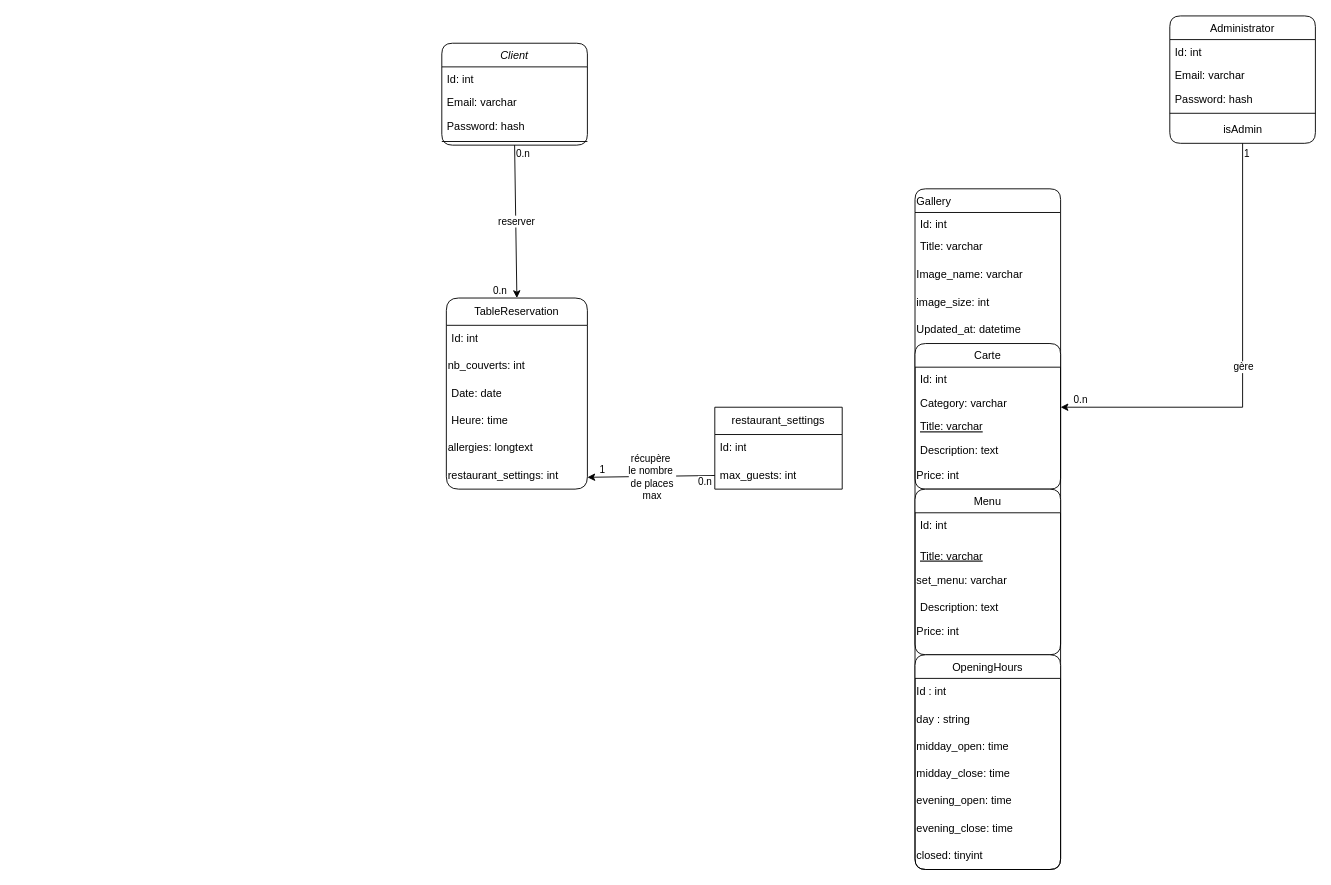
Before: Diagramme sans nom.drawio in kenchan64/ECF_final, a draw.io diagram. Source tidied: cells renumbered, new cells numbered last; positions are measured from the earlier drawing's top-left corner, leaving out a move shared by most shapes. Both pictures are drawn from the tidied source at 91%, with x=0, y=0 at pixel (441, 15).
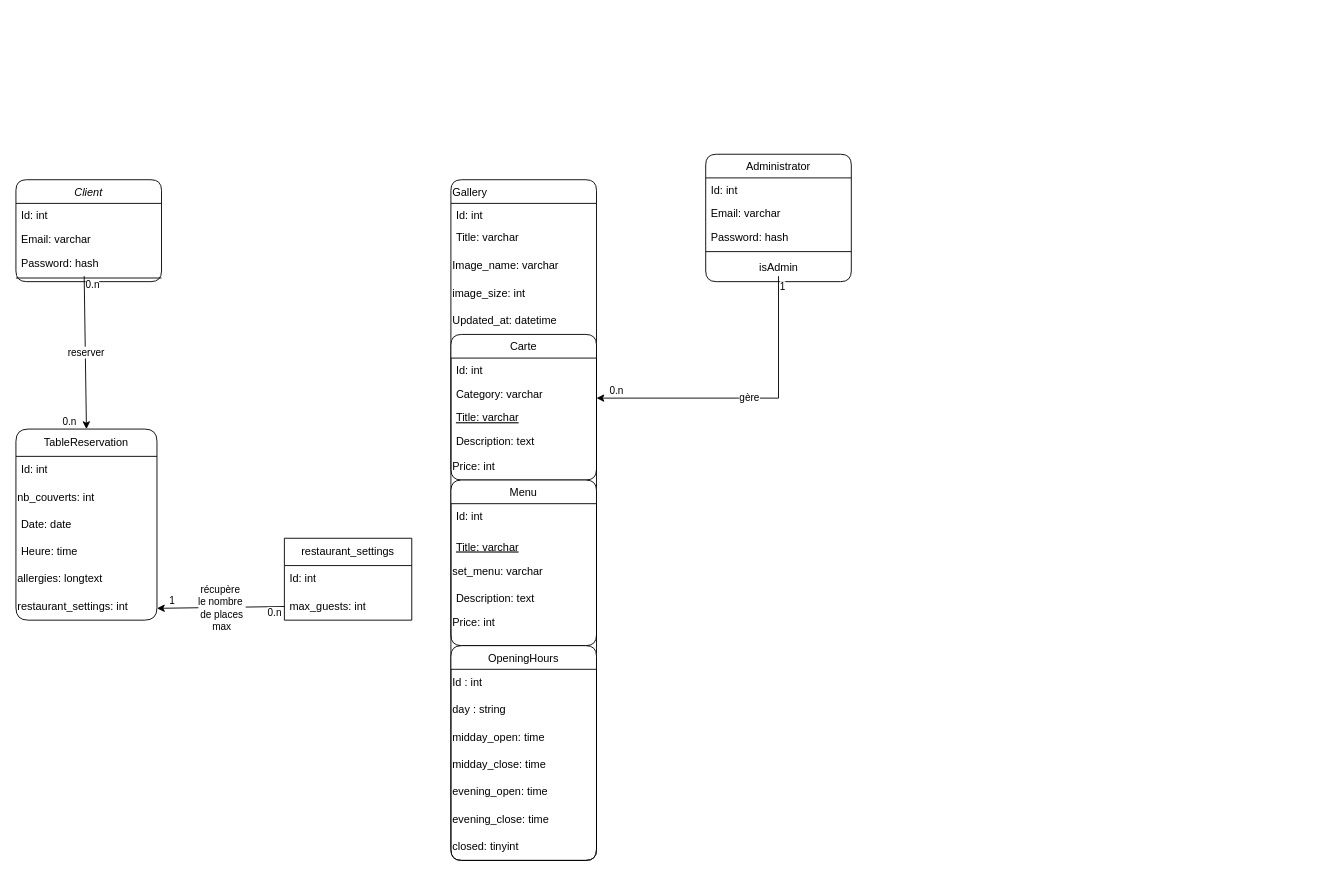
The same page after the edit.

Commit message:
Mettre à jour Diagramme sans nom.drawio

Unchanged cells that the change refers to:
```xml
<mxCell id="22" value="Category: varchar" style="text;align=left;verticalAlign=top;spacingLeft=4;spacingRight=4;overflow=hidden;points=[[0,0.5],[1,0.5]];portConstraint=eastwest;rounded=1;shadow=0;html=0;" parent="20" vertex="1">
  <mxGeometry y="52" width="160" height="26" as="geometry" />
</mxCell>
<mxCell id="45" value="isAdmin" style="text;html=1;align=center;verticalAlign=middle;points=[];strokeColor=none;fillColor=none;" parent="40" vertex="1">
  <mxGeometry y="110" width="160" height="30" as="geometry" />
</mxCell>
```

What changed in the source:
```diff
@@
     <mxCell id="2" value="TableReservation" style="swimlane;fontStyle=0;horizontal=1;startSize=30;whiteSpace=wrap;html=1;gradientColor=none;rounded=1;" parent="1" vertex="1">
-      <mxGeometry x="5" y="310" width="155" height="210" as="geometry" />
+      <mxGeometry x="-468" y="454" width="155" height="210" as="geometry" />
     </mxCell>
@@
     <mxCell id="9" value="Client" style="swimlane;fontStyle=2;align=center;verticalAlign=top;horizontal=1;startSize=26;rounded=1;shadow=0;strokeWidth=1;" parent="1" vertex="1">
-      <mxGeometry y="30" width="160" height="112" as="geometry" />
+      <mxGeometry x="-468" y="180" width="160" height="112" as="geometry" />
     </mxCell>
@@
     <mxCell id="14" value="Gallery" style="swimlane;fontStyle=0;align=left;verticalAlign=top;horizontal=1;startSize=26;rounded=1;shadow=0;strokeWidth=1;" parent="1" vertex="1">
-      <mxGeometry x="520" y="190" width="160" height="748" as="geometry" />
+      <mxGeometry x="10" y="180" width="160" height="748" as="geometry" />
     </mxCell>
@@
     <mxCell id="40" value="Administrator" style="swimlane;fontStyle=0;align=center;verticalAlign=top;horizontal=1;startSize=26;rounded=1;shadow=0;strokeWidth=1;" parent="1" vertex="1">
-      <mxGeometry x="800" width="160" height="140" as="geometry" />
+      <mxGeometry x="290" y="152" width="160" height="140" as="geometry" />
     </mxCell>
@@
-    <mxCell id="46" style="endArrow=classic;html=1;rounded=0;exitX=0.5;exitY=1;exitDx=0;exitDy=0;exitPerimeter=0;entryX=1;entryY=0.692;entryDx=0;entryDy=0;entryPerimeter=0;" parent="1" edge="1" source="45" target="22">
+    <mxCell id="46" style="endArrow=classic;html=1;rounded=0;exitX=0.5;exitY=1;exitDx=0;exitDy=0;exitPerimeter=0;entryX=1;entryY=0.692;entryDx=0;entryDy=0;entryPerimeter=0;" parent="1" edge="1" target="22">
       <mxGeometry relative="1" as="geometry">
+        <mxPoint x="370" y="286" as="sourcePoint" />
         <Array as="points">
-          <mxPoint x="880" y="430" />
+          <mxPoint x="370" y="420" />
         </Array>
       </mxGeometry>
     </mxCell>
@@
-    <mxCell id="50" style="endArrow=classic;html=1;rounded=0;exitX=0.5;exitY=1;exitDx=0;exitDy=0;entryX=0.5;entryY=0;entryDx=0;entryDy=0;" parent="1" edge="1" source="9" target="2">
-      <mxGeometry relative="1" as="geometry" />
+    <mxCell id="50" style="endArrow=classic;html=1;rounded=0;exitX=0.5;exitY=1;exitDx=0;exitDy=0;entryX=0.5;entryY=0;entryDx=0;entryDy=0;" parent="1" edge="1" target="2">
+      <mxGeometry relative="1" as="geometry">
+        <mxPoint x="-393" y="286" as="sourcePoint" />
+      </mxGeometry>
     </mxCell>
@@
     <mxCell id="54" value="restaurant_settings" style="swimlane;fontStyle=0;horizontal=1;startSize=30;whiteSpace=wrap;html=1;" parent="1" vertex="1">
-      <mxGeometry x="300" y="430" width="140" height="90" as="geometry" />
+      <mxGeometry x="-173" y="574" width="140" height="90" as="geometry" />
     </mxCell>
```
